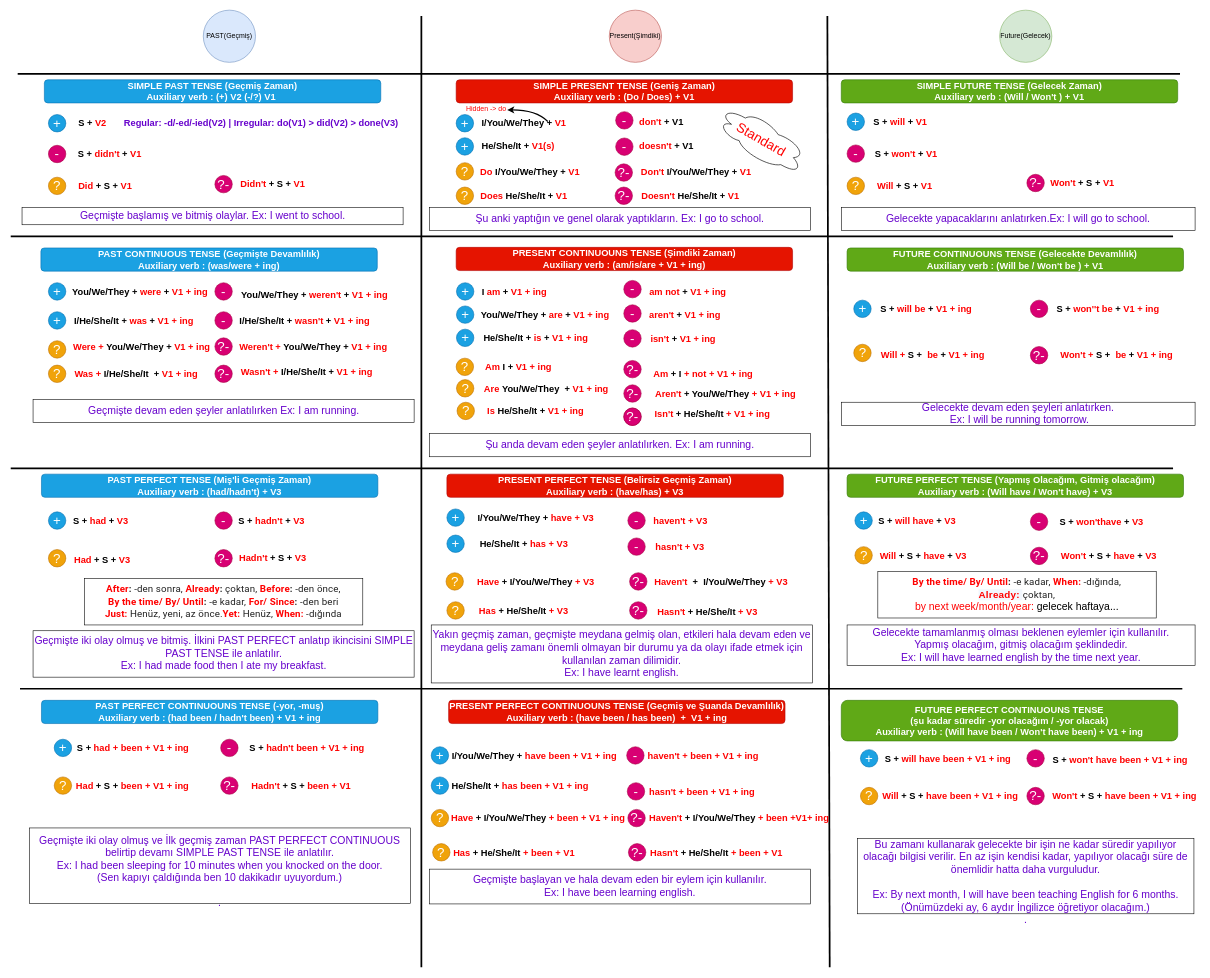
This is 12-english-tenses-formula.drawio from muratcakmaksoftware/english-formula-diagrams, a draw.io file, before an edit. Source tidied: cells renumbered, new cells numbered last; positions are measured from the earlier drawing's top-left corner, leaving out a move shared by most shapes. Both pictures are drawn from the tidied source at 58%, with x=0, y=0 at pixel (10, 10).
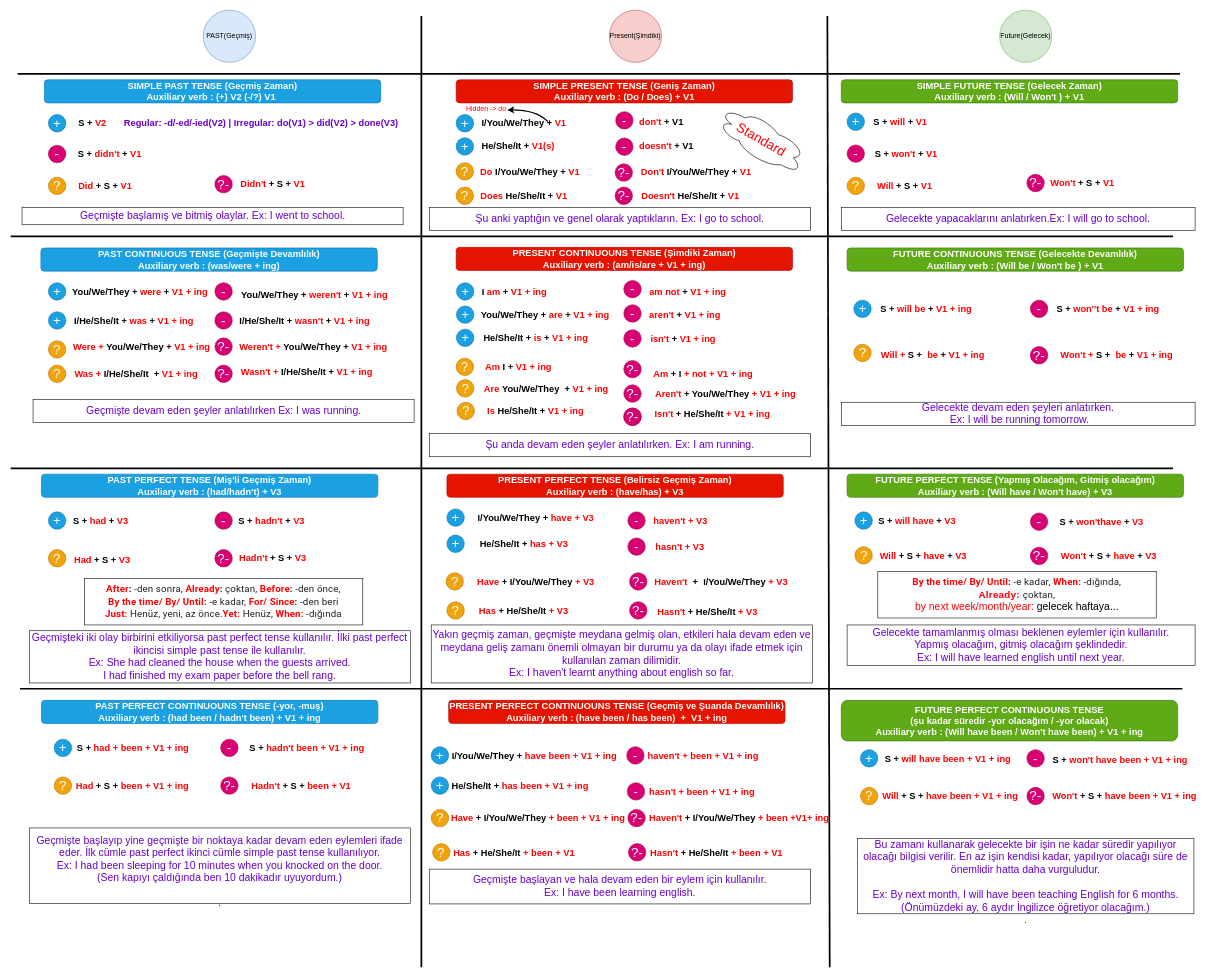
After the change.

What changed in the source:
```diff
@@
-    <mxCell id="96" value="&lt;font style=&quot;font-size: 18px&quot;&gt;&lt;br&gt;Geçmişte devam eden şeyler anlatılırken Ex: I am running.&lt;br style=&quot;font-size: 18px&quot;&gt;&lt;br style=&quot;font-size: 18px&quot;&gt;&lt;/font&gt;" style="text;html=1;fillColor=none;align=center;verticalAlign=middle;whiteSpace=wrap;rounded=0;labelBackgroundColor=none;fontSize=18;fontColor=#6600CC;strokeColor=#000000;" parent="1" vertex="1">
+    <mxCell id="96" value="&lt;font style=&quot;font-size: 18px&quot;&gt;&lt;br&gt;Geçmişte devam eden şeyler anlatılırken Ex: I was running.&lt;br style=&quot;font-size: 18px&quot;&gt;&lt;br style=&quot;font-size: 18px&quot;&gt;&lt;/font&gt;" style="text;html=1;fillColor=none;align=center;verticalAlign=middle;whiteSpace=wrap;rounded=0;labelBackgroundColor=none;fontSize=18;fontColor=#6600CC;strokeColor=#000000;" parent="1" vertex="1">
       <mxGeometry x="38.5" y="671" width="657" height="40" as="geometry" />
     </mxCell>
@@
-    <mxCell id="116" value="&lt;font&gt;&lt;br&gt;Yakın geçmiş zaman, geçmişte meydana gelmiş olan, etkileri hala devam eden ve meydana geliş zamanı önemli olmayan bir durumu ya da olayı ifade etmek için kullanılan zaman dilimidir. &lt;br&gt;Ex: I have learnt english.&lt;br&gt;&lt;br style=&quot;font-size: 18px&quot;&gt;&lt;/font&gt;" style="text;html=1;fillColor=none;align=center;verticalAlign=middle;whiteSpace=wrap;rounded=0;labelBackgroundColor=none;fontSize=18;fontColor=#6600CC;strokeColor=#000000;" parent="1" vertex="1">
+    <mxCell id="116" value="&lt;font&gt;&lt;br&gt;Yakın geçmiş zaman, geçmişte meydana gelmiş olan, etkileri hala devam eden ve meydana geliş zamanı önemli olmayan bir durumu ya da olayı ifade etmek için kullanılan zaman dilimidir. &lt;br&gt;Ex: I haven't learnt anything about english so far.&lt;br&gt;&lt;br style=&quot;font-size: 18px&quot;&gt;&lt;/font&gt;" style="text;html=1;fillColor=none;align=center;verticalAlign=middle;whiteSpace=wrap;rounded=0;labelBackgroundColor=none;fontSize=18;fontColor=#6600CC;strokeColor=#000000;" parent="1" vertex="1">
       <mxGeometry x="725" y="1060" width="657" height="100" as="geometry" />
     </mxCell>
@@
-    <mxCell id="130" value="&lt;font style=&quot;font-size: 18px&quot;&gt;&lt;br&gt;Geçmişte iki olay olmuş ve bitmiş. İlkini PAST PERFECT anlatıp ikincisini SIMPLE PAST TENSE ile anlatılır.&lt;br&gt;Ex: I had made food then I ate my breakfast.&lt;br&gt;&lt;br style=&quot;font-size: 18px&quot;&gt;&lt;/font&gt;" style="text;html=1;fillColor=none;align=center;verticalAlign=middle;whiteSpace=wrap;rounded=0;labelBackgroundColor=none;fontSize=18;fontColor=#6600CC;strokeColor=#000000;" parent="1" vertex="1">
-      <mxGeometry x="38.5" y="1070" width="657" height="80" as="geometry" />
+    <mxCell id="130" value="&lt;font&gt;&lt;br&gt;&lt;div&gt;Geçmişteki iki olay birbirini etkiliyorsa past perfect tense kullanılır. İlki past perfect ikincisi simple past tense ile kullanılır.&lt;/div&gt;Ex: She had cleaned the house when the guests arrived.&lt;br&gt;&lt;div&gt;I had finished my exam paper before the bell rang.&lt;/div&gt;&lt;br style=&quot;font-size: 18px&quot;&gt;&lt;/font&gt;" style="text;html=1;fillColor=none;align=center;verticalAlign=middle;whiteSpace=wrap;rounded=0;labelBackgroundColor=none;fontSize=18;fontColor=#6600CC;strokeColor=#000000;" parent="1" vertex="1">
+      <mxGeometry x="32" y="1070" width="657" height="90" as="geometry" />
     </mxCell>
@@
-    <mxCell id="145" value="&lt;font style=&quot;font-size: 18px&quot;&gt;&lt;br&gt;Gelecekte tamamlanmış olması beklenen eylemler için kullanılır.&lt;br&gt;Yapmış olacağım, gitmiş olacağım şeklindedir.&lt;br&gt;Ex: I will have learned english by the time next year.&lt;br&gt;&lt;br style=&quot;font-size: 18px&quot;&gt;&lt;/font&gt;" style="text;html=1;fillColor=none;align=center;verticalAlign=middle;whiteSpace=wrap;rounded=0;labelBackgroundColor=none;fontSize=18;fontColor=#6600CC;strokeColor=#000000;" parent="1" vertex="1">
+    <mxCell id="145" value="&lt;font style=&quot;font-size: 18px&quot;&gt;&lt;br&gt;Gelecekte tamamlanmış olması beklenen eylemler için kullanılır.&lt;br&gt;Yapmış olacağım, gitmiş olacağım şeklindedir.&lt;br&gt;Ex: I will have learned english until next year.&lt;br&gt;&lt;br style=&quot;font-size: 18px&quot;&gt;&lt;/font&gt;" style="text;html=1;fillColor=none;align=center;verticalAlign=middle;whiteSpace=wrap;rounded=0;labelBackgroundColor=none;fontSize=18;fontColor=#6600CC;strokeColor=#000000;" parent="1" vertex="1">
       <mxGeometry x="1442" y="1060" width="600" height="70" as="geometry" />
     </mxCell>
@@
-    <mxCell id="176" value="&lt;font&gt;&lt;br&gt;&lt;span&gt;&lt;br&gt;&lt;/span&gt;Geçmişte iki olay olmuş ve İlk geçmiş zaman PAST PERFECT CONTINUOUS belirtip devamı SIMPLE PAST TENSE ile anlatılır.&lt;span&gt;&lt;br&gt;Ex: I had been sleeping for 10 minutes when you knocked on the door.&lt;br&gt;(Sen kapıyı çaldığında ben 10 dakikadır uyuyordum.)&lt;/span&gt;&lt;br&gt;&lt;br&gt;.&lt;br&gt;&lt;br style=&quot;font-size: 18px&quot;&gt;&lt;/font&gt;" style="text;html=1;fillColor=none;align=center;verticalAlign=middle;whiteSpace=wrap;rounded=0;labelBackgroundColor=none;fontSize=18;fontColor=#6600CC;strokeColor=#000000;" parent="1" vertex="1">
+    <mxCell id="176" value="&lt;font&gt;&lt;br&gt;&lt;span&gt;&lt;br&gt;&lt;/span&gt;&lt;span&gt;&lt;div&gt;Geçmişte başlayıp yine geçmişte bir noktaya kadar devam eden eylemleri ifade eder. İlk cümle past perfect ikinci cümle simple past tense kullanılıyor.&lt;/div&gt;Ex: I had been sleeping for 10 minutes when you knocked on the door.&lt;br&gt;(Sen kapıyı çaldığında ben 10 dakikadır uyuyordum.)&lt;/span&gt;&lt;br&gt;&lt;br&gt;.&lt;br&gt;&lt;br style=&quot;font-size: 18px&quot;&gt;&lt;/font&gt;" style="text;html=1;fillColor=none;align=center;verticalAlign=middle;whiteSpace=wrap;rounded=0;labelBackgroundColor=none;fontSize=18;fontColor=#6600CC;strokeColor=#000000;" parent="1" vertex="1">
       <mxGeometry x="32" y="1410" width="657" height="130" as="geometry" />
     </mxCell>
```
